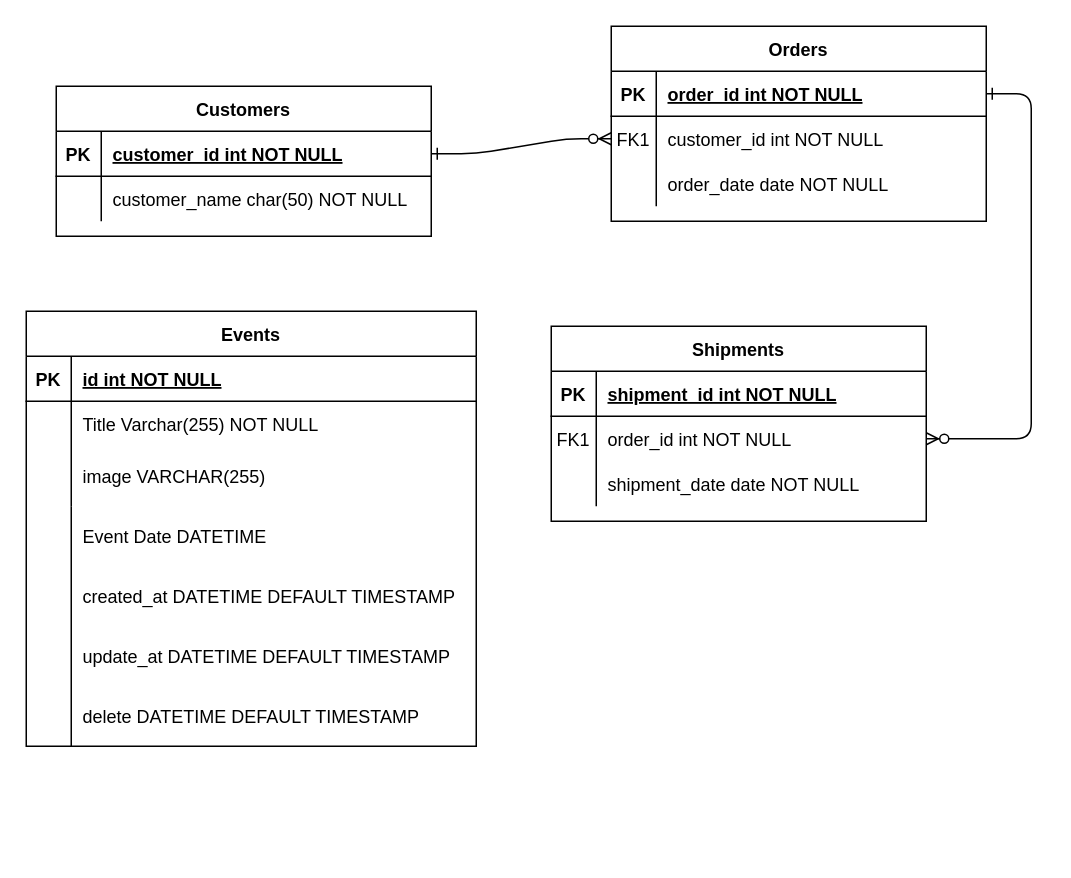
The draw.io diagram Untitled Diagram.drawio in Cristian-Barajas09/proyecto_U_T3_backend, before the edit. Source tidied: cells renumbered, new cells numbered last; positions are measured from the earlier drawing's top-left corner, leaving out a move shared by most shapes. Both pictures are drawn from the tidied source at 150%, with x=0, y=0 at pixel (26, 26).
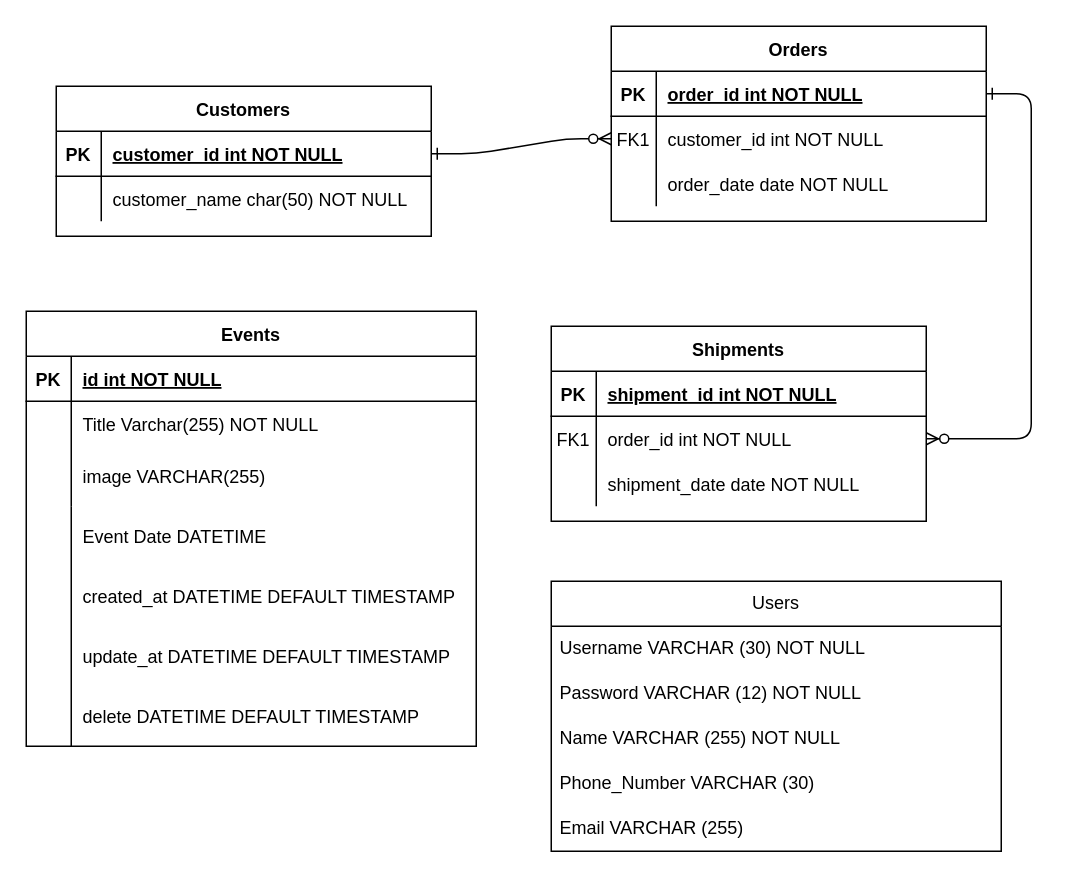
The same page after the edit.

Commit message:
add model in drawio for user

Change to the diagram source:
```diff
@@
+    <mxCell id="47" value="Users" style="swimlane;fontStyle=0;horizontal=1;startSize=30;whiteSpace=wrap;html=1;" parent="1" vertex="1">
+      <mxGeometry x="350" y="370" width="300" height="180" as="geometry" />
+    </mxCell>
+    <mxCell id="48" value="Username VARCHAR (30) NOT NULL" style="text;strokeColor=none;fillColor=none;align=left;verticalAlign=middle;spacingLeft=4;spacingRight=4;overflow=hidden;whiteSpace=wrap;html=1;" parent="47" vertex="1">
+      <mxGeometry y="30" width="300" height="30" as="geometry" />
+    </mxCell>
+    <mxCell id="49" value="Password VARCHAR (12) NOT NULL" style="text;strokeColor=none;fillColor=none;align=left;verticalAlign=middle;spacingLeft=4;spacingRight=4;overflow=hidden;whiteSpace=wrap;html=1;" parent="47" vertex="1">
+      <mxGeometry y="60" width="300" height="30" as="geometry" />
+    </mxCell>
+    <mxCell id="50" value="Name VARCHAR (255) NOT NULL" style="text;strokeColor=none;fillColor=none;align=left;verticalAlign=middle;spacingLeft=4;spacingRight=4;overflow=hidden;whiteSpace=wrap;html=1;" parent="47" vertex="1">
+      <mxGeometry y="90" width="300" height="30" as="geometry" />
+    </mxCell>
+    <mxCell id="51" value="Phone_Number VARCHAR (30)" style="text;strokeColor=none;fillColor=none;align=left;verticalAlign=middle;spacingLeft=4;spacingRight=4;overflow=hidden;whiteSpace=wrap;html=1;" parent="47" vertex="1">
+      <mxGeometry y="120" width="300" height="30" as="geometry" />
+    </mxCell>
+    <mxCell id="52" value="Email VARCHAR (255)" style="text;strokeColor=none;fillColor=none;align=left;verticalAlign=middle;spacingLeft=4;spacingRight=4;overflow=hidden;whiteSpace=wrap;html=1;" parent="47" vertex="1">
+      <mxGeometry y="150" width="300" height="30" as="geometry" />
+    </mxCell>
```
